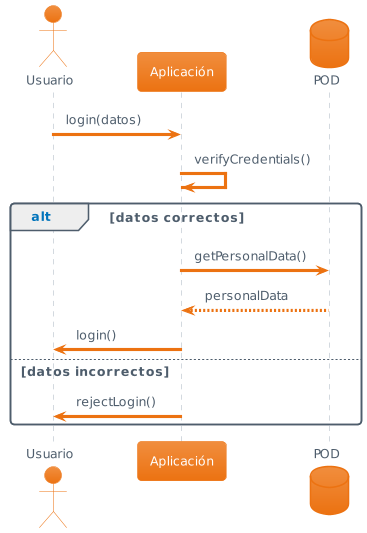
The PlantUML diagram images/login.png in Arquisoft/lomap_es6c, before a commit. The source it was exported from:
```plantuml
@startuml
!theme aws-orange
actor Usuario
participant Aplicación
database POD
Usuario -> Aplicación: login(datos)
Aplicación -> Aplicación: verifyCredentials()
alt datos correctos
Aplicación -> POD: getPersonalData()
POD --> Aplicación: personalData
Aplicación -> Usuario: login()
else datos incorrectos
Aplicación -> Usuario: rejectLogin()
end
@enduml
```
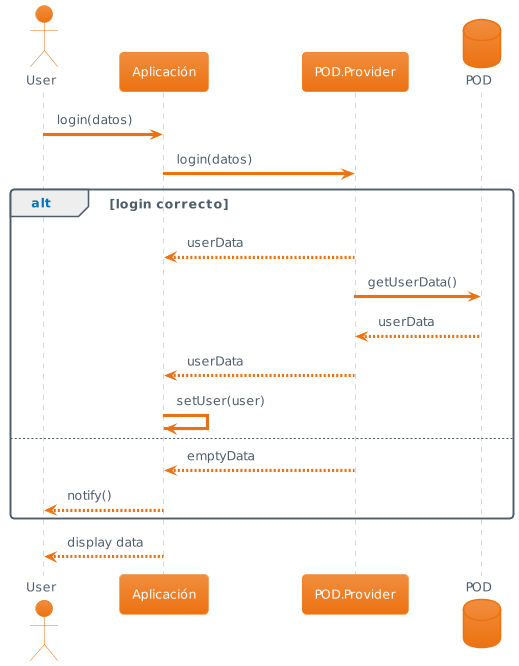
The same diagram one commit later.

Diff of the diagram source:
```diff
@@ -1,15 +1,20 @@
 @startuml
 !theme aws-orange
-actor Usuario
+actor User
 participant Aplicación
+participant POD.Provider
 database POD
-Usuario -> Aplicación: login(datos)
-Aplicación -> Aplicación: verifyCredentials()
-alt datos correctos
-Aplicación -> POD: getPersonalData()
-POD --> Aplicación: personalData
-Aplicación -> Usuario: login()
-else datos incorrectos
-Aplicación -> Usuario: rejectLogin()
+User -> Aplicación: login(datos)
+Aplicación-> POD.Provider: login(datos)
+alt login correcto
+POD.Provider --> Aplicación: userData
+POD.Provider -> POD: getUserData()
+POD --> POD.Provider: userData
+POD.Provider --> Aplicación: userData
+Aplicación -> Aplicación: setUser(user)
+else
+POD.Provider --> Aplicación: emptyData
+Aplicación--> User : notify()
 end
+Aplicación--> User : display data
 @enduml
```
